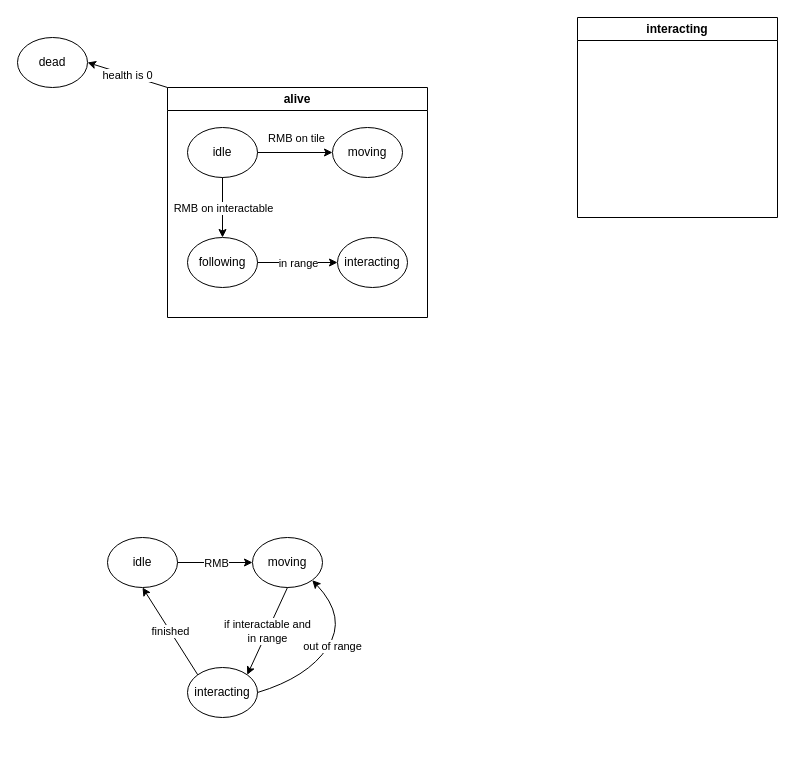
Before: Assets/szakdolgozat_statechart.drawio in glasswave03/szakdolgozat, a draw.io diagram. Source tidied: cells renumbered, new cells numbered last; positions are measured from the earlier drawing's top-left corner, leaving out a move shared by most shapes. Both pictures are drawn from the tidied source at 100%, with x=0, y=0 at pixel (17, 17).
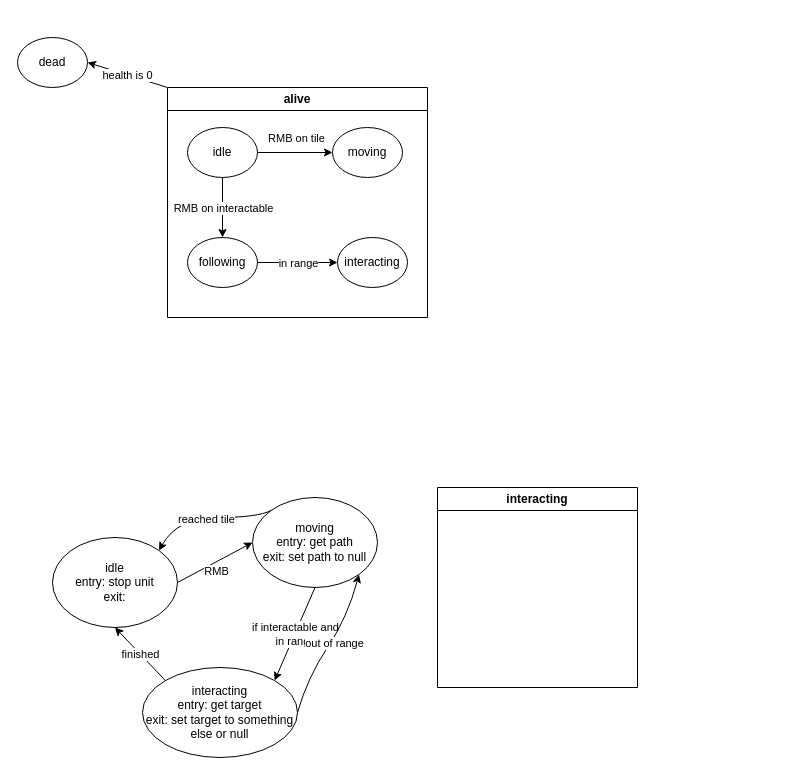
Above is the later version.

Diff of the diagram source:
```diff
@@
     <mxCell id="11" value="interacting" style="swimlane;whiteSpace=wrap;html=1;" parent="1" vertex="1">
-      <mxGeometry x="560" width="200" height="200" as="geometry" />
+      <mxGeometry x="420" y="470" width="200" height="200" as="geometry" />
     </mxCell>
@@
-    <mxCell id="17" value="idle" style="ellipse;whiteSpace=wrap;html=1;shapeInside=1;" parent="1" vertex="1">
-      <mxGeometry x="90" y="520" width="70" height="50" as="geometry" />
+    <mxCell id="17" value="idle&lt;div&gt;entry: stop unit&lt;/div&gt;&lt;div&gt;exit:&lt;/div&gt;" style="ellipse;whiteSpace=wrap;html=1;shapeInside=1;" parent="1" vertex="1">
+      <mxGeometry x="35" y="520" width="125" height="90" as="geometry" />
     </mxCell>
-    <mxCell id="18" value="moving" style="ellipse;whiteSpace=wrap;html=1;shapeInside=1;" parent="1" vertex="1">
-      <mxGeometry x="235" y="520" width="70" height="50" as="geometry" />
+    <mxCell id="18" value="moving&lt;div&gt;entry: get path&lt;/div&gt;&lt;div&gt;exit: set path to null&lt;/div&gt;" style="ellipse;whiteSpace=wrap;html=1;shapeInside=1;" parent="1" vertex="1">
+      <mxGeometry x="235" y="480" width="125" height="90" as="geometry" />
     </mxCell>
-    <mxCell id="19" value="interacting" style="ellipse;whiteSpace=wrap;html=1;shapeInside=1;" parent="1" vertex="1">
-      <mxGeometry x="170" y="650" width="70" height="50" as="geometry" />
+    <mxCell id="19" value="&lt;div&gt;interacting&lt;/div&gt;&lt;div&gt;entry: get target&lt;/div&gt;&lt;div&gt;exit: set target to something else or null&lt;/div&gt;" style="ellipse;whiteSpace=wrap;html=1;shapeInside=1;" parent="1" vertex="1">
+      <mxGeometry x="125" y="650" width="155" height="90" as="geometry" />
     </mxCell>
@@
+    <mxCell id="28" style="curved=1;curveGeometry=1;endArrow=classic;html=1;rounded=0;defaultLabelBackgroundColor=page;exitX=0;exitY=0;exitDx=0;exitDy=0;entryX=1;entryY=0;entryDx=0;entryDy=0;" parent="1" edge="1" source="18" target="17">
+      <mxGeometry x="-0.35" relative="1" as="geometry">
+        <Array as="points">
+          <mxPoint x="240" y="500" />
+          <mxPoint x="160" y="500" />
+        </Array>
+      </mxGeometry>
+    </mxCell>
+    <mxCell id="29" value="reached tile" style="edgeLabel;html=1;align=center;verticalAlign=middle;inheritText=1;defaultLabelBackgroundColor=page;" parent="28" vertex="1">
+      <mxGeometry x="0.01" y="1" relative="1" as="geometry" />
+    </mxCell>
```
